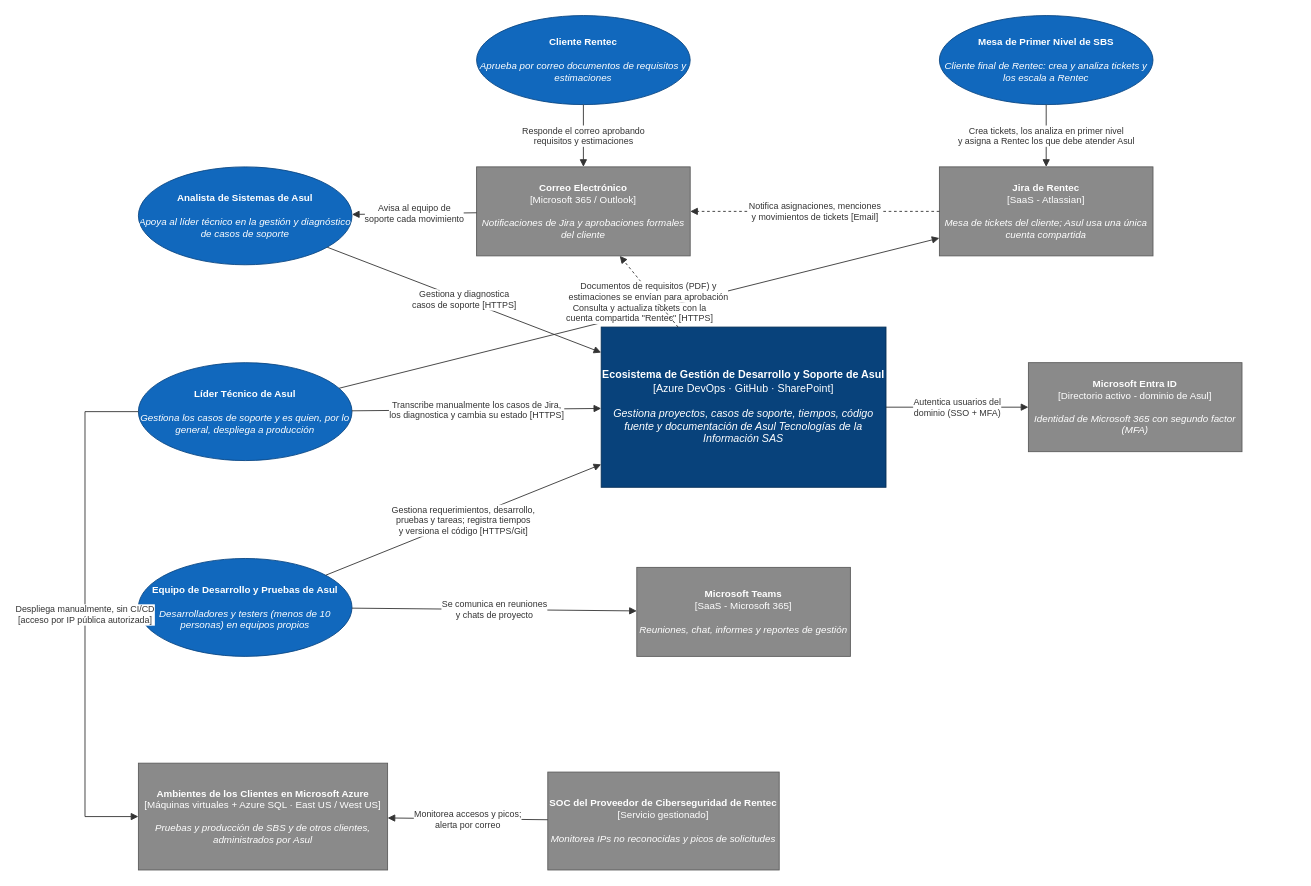
Earlier version of the draw.io diagram entrega/c1-contexto-final.drawio (Nico-unisabana/AREM-Taller_3_Arquitectura_C4). Source tidied: cells renumbered, new cells numbered last; positions are measured from the earlier drawing's top-left corner, leaving out a move shared by most shapes. Both pictures are drawn from the tidied source at 89%, with x=0, y=0 at pixel (85, 15).
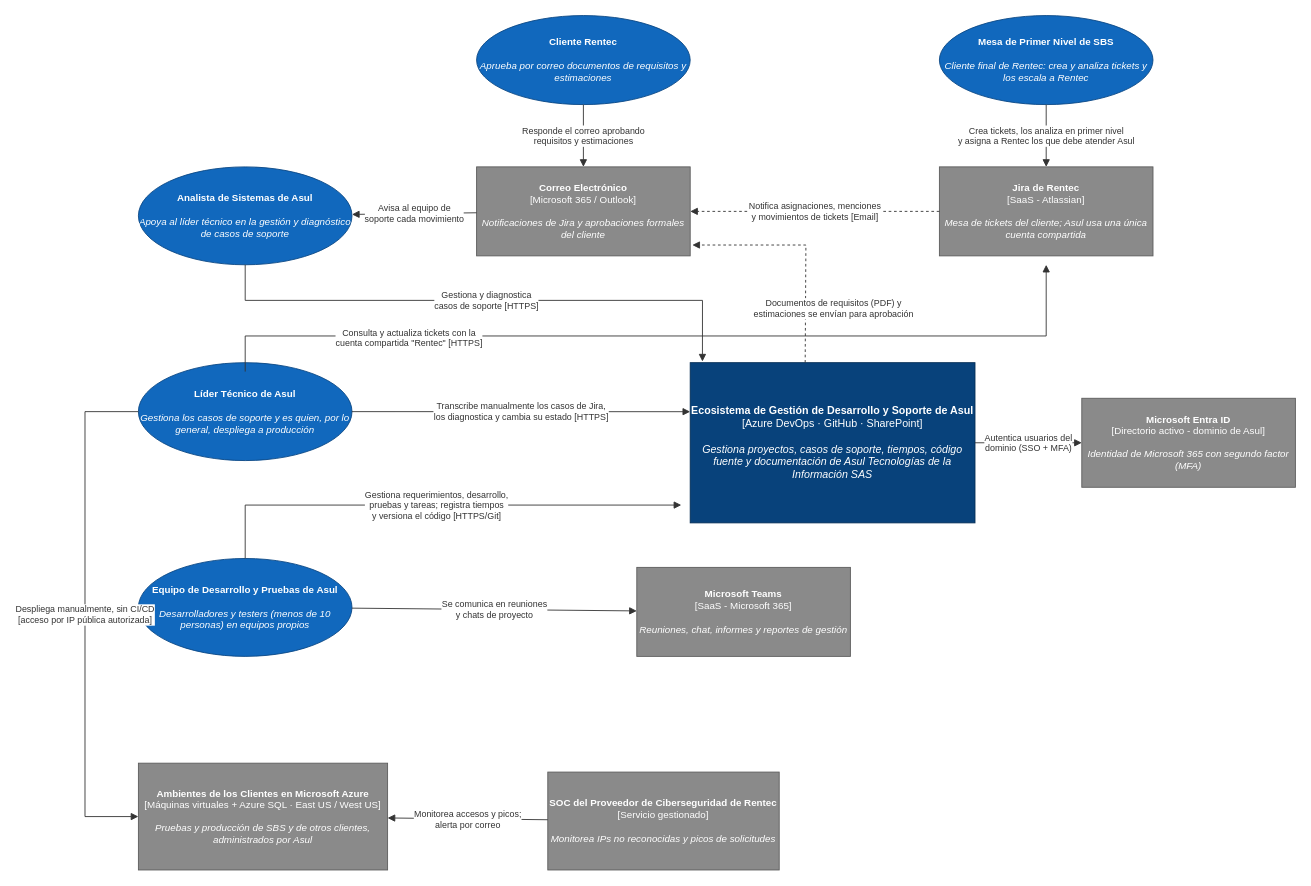
Above is the later version.

Commit message (it also covers changes not shown here):
ultima entrega

Unchanged cells that the change refers to:
```xml
<mxCell id="2" value="&lt;b&gt;Analista de Sistemas de Asul&lt;/b&gt;&lt;br&gt;&lt;br&gt;&lt;i&gt;Apoya al líder técnico en la gestión y diagnóstico de casos de soporte&lt;/i&gt;" style="ellipse;whiteSpace=wrap;html=1;fillColor=#1168bd;strokeColor=#0b4884;fontColor=#ffffff;fontSize=11;" parent="1" vertex="1">
  <mxGeometry x="60" y="170" width="240" height="110" as="geometry" />
</mxCell>
<mxCell id="3" value="&lt;b&gt;Líder Técnico de Asul&lt;/b&gt;&lt;br&gt;&lt;br&gt;&lt;i&gt;Gestiona los casos de soporte y es quien, por lo general, despliega a producción&lt;/i&gt;" style="ellipse;whiteSpace=wrap;html=1;fillColor=#1168bd;strokeColor=#0b4884;fontColor=#ffffff;fontSize=11;" parent="1" vertex="1">
  <mxGeometry x="60" y="390" width="240" height="110" as="geometry" />
</mxCell>
<mxCell id="4" value="&lt;b&gt;Equipo de Desarrollo y Pruebas de Asul&lt;/b&gt;&lt;br&gt;&lt;br&gt;&lt;i&gt;Desarrolladores y testers (menos de 10 personas) en equipos propios&lt;/i&gt;" style="ellipse;whiteSpace=wrap;html=1;fillColor=#1168bd;strokeColor=#0b4884;fontColor=#ffffff;fontSize=11;" parent="1" vertex="1">
  <mxGeometry x="60" y="610" width="240" height="110" as="geometry" />
</mxCell>
<mxCell id="7" value="&lt;b&gt;Correo Electrónico&lt;/b&gt;&lt;br&gt;[Microsoft 365 / Outlook]&lt;br&gt;&lt;br&gt;&lt;i&gt;Notificaciones de Jira y aprobaciones formales del cliente&lt;/i&gt;" style="rounded=0;whiteSpace=wrap;html=1;fillColor=#8a8a8a;strokeColor=#5c5c5c;fontColor=#ffffff;fontSize=11;" parent="1" vertex="1">
  <mxGeometry x="440" y="170" width="240" height="100" as="geometry" />
</mxCell>
<mxCell id="8" value="&lt;b&gt;Jira de Rentec&lt;/b&gt;&lt;br&gt;[SaaS - Atlassian]&lt;br&gt;&lt;br&gt;&lt;i&gt;Mesa de tickets del cliente; Asul usa una única cuenta compartida&lt;/i&gt;" style="rounded=0;whiteSpace=wrap;html=1;fillColor=#8a8a8a;strokeColor=#5c5c5c;fontColor=#ffffff;fontSize=11;" parent="1" vertex="1">
  <mxGeometry x="960" y="170" width="240" height="100" as="geometry" />
</mxCell>
```

The edit, as a diff of the source:
```diff
@@
     <mxCell id="9" value="&lt;b&gt;Microsoft Entra ID&lt;/b&gt;&lt;br&gt;[Directorio activo - dominio de Asul]&lt;br&gt;&lt;br&gt;&lt;i&gt;Identidad de Microsoft 365 con segundo factor (MFA)&lt;/i&gt;" style="rounded=0;whiteSpace=wrap;html=1;fillColor=#8a8a8a;strokeColor=#5c5c5c;fontColor=#ffffff;fontSize=11;" parent="1" vertex="1">
-      <mxGeometry x="1060" y="390" width="240" height="100" as="geometry" />
+      <mxGeometry x="1120" y="430" width="240" height="100" as="geometry" />
     </mxCell>
@@
     <mxCell id="13" value="&lt;b&gt;Ecosistema de Gestión de Desarrollo y Soporte de Asul&lt;/b&gt;&lt;br&gt;[Azure DevOps · GitHub · SharePoint]&lt;br&gt;&lt;br&gt;&lt;i&gt;Gestiona proyectos, casos de soporte, tiempos, código fuente y documentación de Asul Tecnologías de la Información SAS&lt;/i&gt;" style="rounded=0;whiteSpace=wrap;html=1;fillColor=#08427b;strokeColor=#052e56;fontColor=#ffffff;fontSize=12;" parent="1" vertex="1">
-      <mxGeometry x="580" y="350" width="320" height="180" as="geometry" />
+      <mxGeometry x="680" y="390" width="320" height="180" as="geometry" />
     </mxCell>
@@
-    <mxCell id="18" value="Consulta y actualiza tickets con la&lt;br&gt;cuenta compartida &quot;Rentec&quot; [HTTPS]" style="rounded=0;html=1;endArrow=block;fontColor=#333333;fontSize=10;strokeColor=#333333;labelBackgroundColor=#ffffff;" parent="1" edge="1" source="3" target="8">
-      <mxGeometry relative="1" as="geometry" />
+    <mxCell id="18" value="Consulta y actualiza tickets con la&lt;br&gt;cuenta compartida &quot;Rentec&quot; [HTTPS]" style="rounded=0;html=1;endArrow=block;fontColor=#333333;fontSize=10;strokeColor=#333333;labelBackgroundColor=#ffffff;" parent="1" edge="1">
+      <mxGeometry x="-0.56" y="-2" relative="1" as="geometry">
+        <mxPoint x="180" y="400" as="sourcePoint" />
+        <mxPoint x="1080" y="280" as="targetPoint" />
+        <Array as="points">
+          <mxPoint x="180" y="360" />
+          <mxPoint x="1080" y="360" />
+        </Array>
+      </mxGeometry>
     </mxCell>
-    <mxCell id="19" value="Transcribe manualmente los casos de Jira,&lt;br&gt;los diagnostica y cambia su estado [HTTPS]" style="rounded=0;html=1;endArrow=block;fontColor=#333333;fontSize=10;strokeColor=#333333;labelBackgroundColor=#ffffff;" parent="1" edge="1" source="3" target="13">
+    <mxCell id="19" value="Transcribe manualmente los casos de Jira,&lt;br&gt;los diagnostica y cambia su estado [HTTPS]" style="rounded=0;html=1;endArrow=block;fontColor=#333333;fontSize=10;strokeColor=#333333;labelBackgroundColor=#ffffff;entryX=0;entryY=0.306;entryDx=0;entryDy=0;entryPerimeter=0;" parent="1" edge="1" source="3" target="13">
       <mxGeometry relative="1" as="geometry" />
     </mxCell>
-    <mxCell id="20" value="Gestiona y diagnostica&lt;br&gt;casos de soporte [HTTPS]" style="rounded=0;html=1;endArrow=block;fontColor=#333333;fontSize=10;strokeColor=#333333;labelBackgroundColor=#ffffff;" parent="1" edge="1" source="2" target="13">
-      <mxGeometry relative="1" as="geometry" />
+    <mxCell id="20" value="Gestiona y diagnostica&lt;br&gt;casos de soporte [HTTPS]" style="rounded=0;html=1;endArrow=block;fontColor=#333333;fontSize=10;strokeColor=#333333;labelBackgroundColor=#ffffff;entryX=0.043;entryY=-0.007;entryDx=0;entryDy=0;entryPerimeter=0;" parent="1" edge="1" source="2" target="13">
+      <mxGeometry relative="1" as="geometry">
+        <Array as="points">
+          <mxPoint x="180" y="320" />
+          <mxPoint x="693.8" y="320" />
+        </Array>
+      </mxGeometry>
     </mxCell>
-    <mxCell id="21" value="Gestiona requerimientos, desarrollo,&lt;br&gt;pruebas y tareas; registra tiempos&lt;br&gt;y versiona el código [HTTPS/Git]" style="rounded=0;html=1;endArrow=block;fontColor=#333333;fontSize=10;strokeColor=#333333;labelBackgroundColor=#ffffff;" parent="1" edge="1" source="4" target="13">
-      <mxGeometry relative="1" as="geometry" />
+    <mxCell id="21" value="Gestiona requerimientos, desarrollo,&lt;br&gt;pruebas y tareas; registra tiempos&lt;br&gt;y versiona el código [HTTPS/Git]" style="rounded=0;html=1;endArrow=block;fontColor=#333333;fontSize=10;strokeColor=#333333;labelBackgroundColor=#ffffff;" parent="1" edge="1" source="4">
+      <mxGeometry relative="1" as="geometry">
+        <mxPoint x="670" y="550" as="targetPoint" />
+        <Array as="points">
+          <mxPoint x="180" y="550" />
+        </Array>
+      </mxGeometry>
     </mxCell>
@@
-    <mxCell id="23" value="Documentos de requisitos (PDF) y&lt;br&gt;estimaciones se envían para aprobación" style="rounded=0;html=1;endArrow=block;fontColor=#333333;fontSize=10;strokeColor=#333333;labelBackgroundColor=#ffffff;dashed=1;" parent="1" edge="1" source="13" target="7">
-      <mxGeometry relative="1" as="geometry" />
+    <mxCell id="23" value="Documentos de requisitos (PDF) y&lt;br&gt;estimaciones se envían para aprobación" style="rounded=0;html=1;endArrow=block;fontColor=#333333;fontSize=10;strokeColor=#333333;labelBackgroundColor=#ffffff;dashed=1;entryX=1.01;entryY=0.878;entryDx=0;entryDy=0;entryPerimeter=0;" parent="1" edge="1" target="7">
+      <mxGeometry x="-0.53" y="-31" relative="1" as="geometry">
+        <mxPoint x="809.2" y="390" as="sourcePoint" />
+        <Array as="points">
+          <mxPoint x="810" y="257.8" />
+        </Array>
+      </mxGeometry>
     </mxCell>
```
